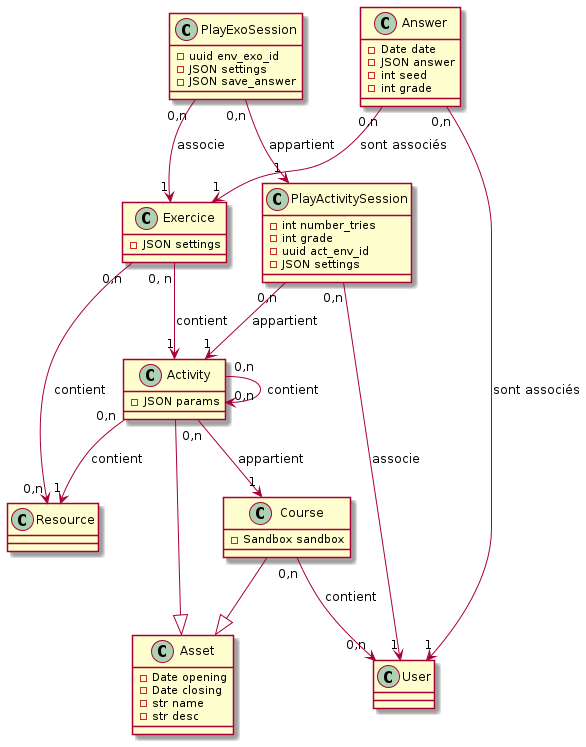
PremierLangage/platon-conception keeps this PlantUML diagram as UML/plansPlatons/UML/Activity.png. Above is the earlier version. Its diagram source:
```plantuml
@startuml
Exercice "0, n" --> "1" Activity : contient
Exercice "0,n" --> "0,n" Resource : contient

Answer "0,n" --> "1" Exercice : sont associés
Answer "0,n" --> "1" User : sont associés

PlayActivitySession "0,n" --> "1" User : associe
PlayActivitySession "0,n" --> "1" Activity : appartient

PlayExoSession "0,n" --> "1" Exercice : associe
PlayExoSession "0,n" --> "1" PlayActivitySession : appartient

Activity --|> Asset
Activity "0,n" --> "1" Course : appartient
Activity "0,n" --> "0,n" Activity : contient
Activity "0,n" --> "1" Resource : contient


Course --|> Asset
Course "0,n" --> "0,n" User : contient


class Answer {
- Date date
- JSON answer
- int seed
- int grade
}

class PlayActivitySession {
- int number_tries
- int grade
- uuid act_env_id
- JSON settings
}

class PlayExoSession {
- uuid env_exo_id
- JSON settings
- JSON save_answer
}

class Asset {
- Date opening
- Date closing
- str name
- str desc
}

class Exercice {
- JSON settings
}

class Activity {
- JSON params
}

class Course {
- Sandbox sandbox
}

class Resource

class User
@enduml
```
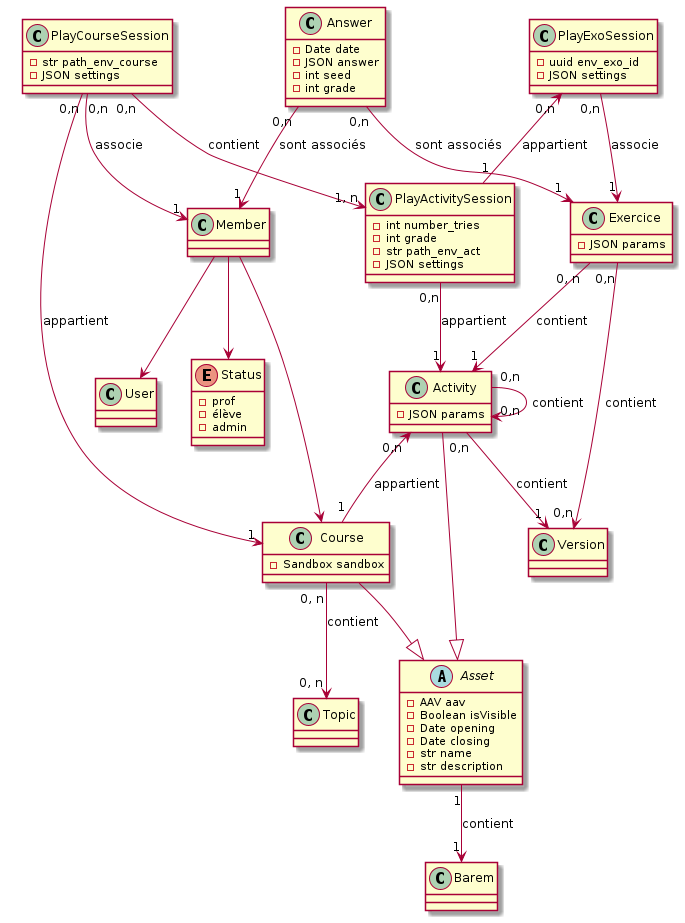
The same diagram one commit later.

Commit message:
Generate PNG images of PlantUML diagrams

Diff of the diagram source:
```diff
@@ -1,24 +1,34 @@
 @startuml
 Exercice "0, n" --> "1" Activity : contient
-Exercice "0,n" --> "0,n" Resource : contient
+Exercice "0,n" --> "0,n" Version : contient
 
 Answer "0,n" --> "1" Exercice : sont associés
-Answer "0,n" --> "1" User : sont associés
+Answer "0,n" --> "1" Member : sont associés
 
-PlayActivitySession "0,n" --> "1" User : associe
+PlayCourseSession "0,n" --> "1" Member : associe
+PlayCourseSession "0,n" --> "1, n" PlayActivitySession : contient
+PlayCourseSession "0,n" --> "1" Course : appartient
+
+
 PlayActivitySession "0,n" --> "1" Activity : appartient
 
 PlayExoSession "0,n" --> "1" Exercice : associe
-PlayExoSession "0,n" --> "1" PlayActivitySession : appartient
+PlayExoSession "0,n" <-- "1" PlayActivitySession : appartient
 
 Activity --|> Asset
-Activity "0,n" --> "1" Course : appartient
+Activity "0,n" <-- "1" Course : appartient
 Activity "0,n" --> "0,n" Activity : contient
-Activity "0,n" --> "1" Resource : contient
+Activity "0,n" --> "1" Version : contient
 
 
 Course --|> Asset
-Course "0,n" --> "0,n" User : contient
+Course "0, n" --> "0, n" Topic : contient
+
+Asset "1" --> "1" Barem : contient
+
+Member --> Status
+Member --> User
+Member --> Course
 
 
 class Answer {
@@ -28,28 +38,39 @@
 - int grade
 }
 
+class Barem {
+}
+
+
+class PlayCourseSession {
+
+- str path_env_course
+- JSON settings
+}
+
 class PlayActivitySession {
 - int number_tries
 - int grade
-- uuid act_env_id
+- str path_env_act
 - JSON settings
 }
 
 class PlayExoSession {
 - uuid env_exo_id
 - JSON settings
-- JSON save_answer
 }
 
 class Asset {
+- AAV aav
+- Boolean isVisible
 - Date opening
 - Date closing
 - str name
-- str desc
+- str description
 }
 
 class Exercice {
-- JSON settings
+- JSON params
 }
 
 class Activity {
@@ -60,7 +81,15 @@
 - Sandbox sandbox
 }
 
-class Resource
+class User
 
-class User
+abstract class Asset
+
+class Member {}
+
+Enum Status {
+- prof
+- élève
+- admin
+}
 @enduml
```
